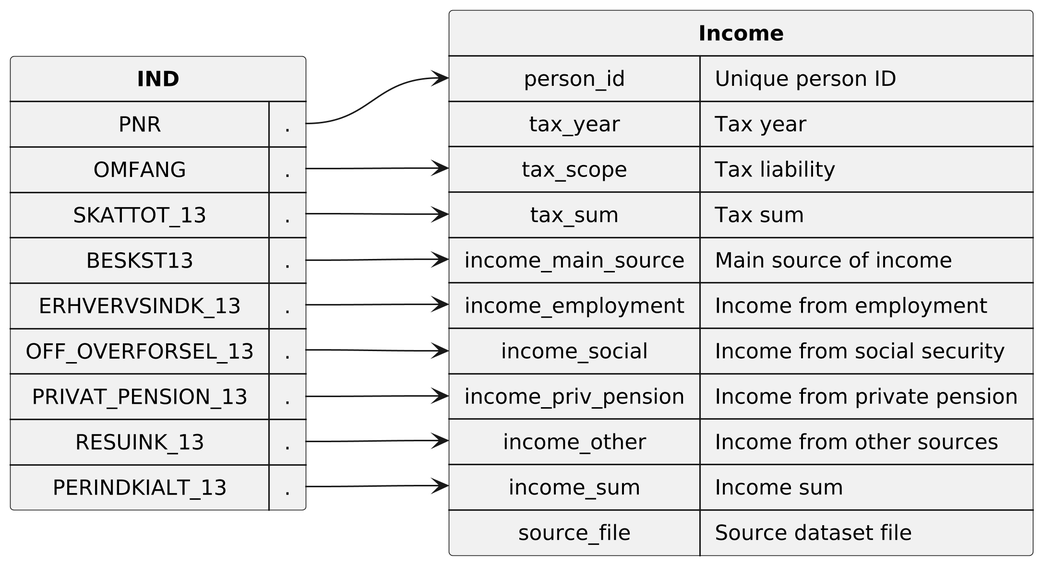
Above: docs/datasets/images/income_column_diagram.png in BioPsyk/dst-data-cleaner (PlantUML), before the change. Its diagram source:
```plantuml
@startuml
skinparam dpi 300
skinparam shadowing false
skinparam monochrome true
skinparam padding 5
skinparam nodesep 80
skinparam ranksep 80
skinparam defaultTextAlignment center

map "<b>IND</b>" as IND {
  PNR => .
  OMFANG => .
  SKATTOT_13 => .
  BESKST13 => .
  ERHVERVSINDK_13 => .
  OFF_OVERFORSEL_13 => .
  PRIVAT_PENSION_13 => .
  RESUINK_13 => .
  PERINDKIALT_13 => .
}

map "<b>Income</b>" as income {
  person_id => Unique person ID
  tax_year => Tax year
  tax_scope => Tax liability
  tax_sum => Tax sum
  income_main_source => Main source of income
  income_employment => Income from employment
  income_social => Income from social security
  income_priv_pension => Income from private pension
  income_other => Income from other sources
  income_sum => Income sum
  source_file => Source dataset file
}

IND::PNR -RIGHT-> income::person_id
IND::OMFANG -RIGHT-> income::tax_scope
IND::SKATTOT_13 -RIGHT-> income::tax_sum
IND::BESKST13 -RIGHT-> income::income_main_source
IND::ERHVERVSINDK_13 -RIGHT-> income::income_employment
IND::OFF_OVERFORSEL_13 -RIGHT-> income::income_social
IND::PRIVAT_PENSION_13 -RIGHT-> income::income_priv_pension
IND::RESUINK_13 -RIGHT-> income::income_other
IND::PERINDKIALT_13 -RIGHT-> income::income_sum
@enduml
```
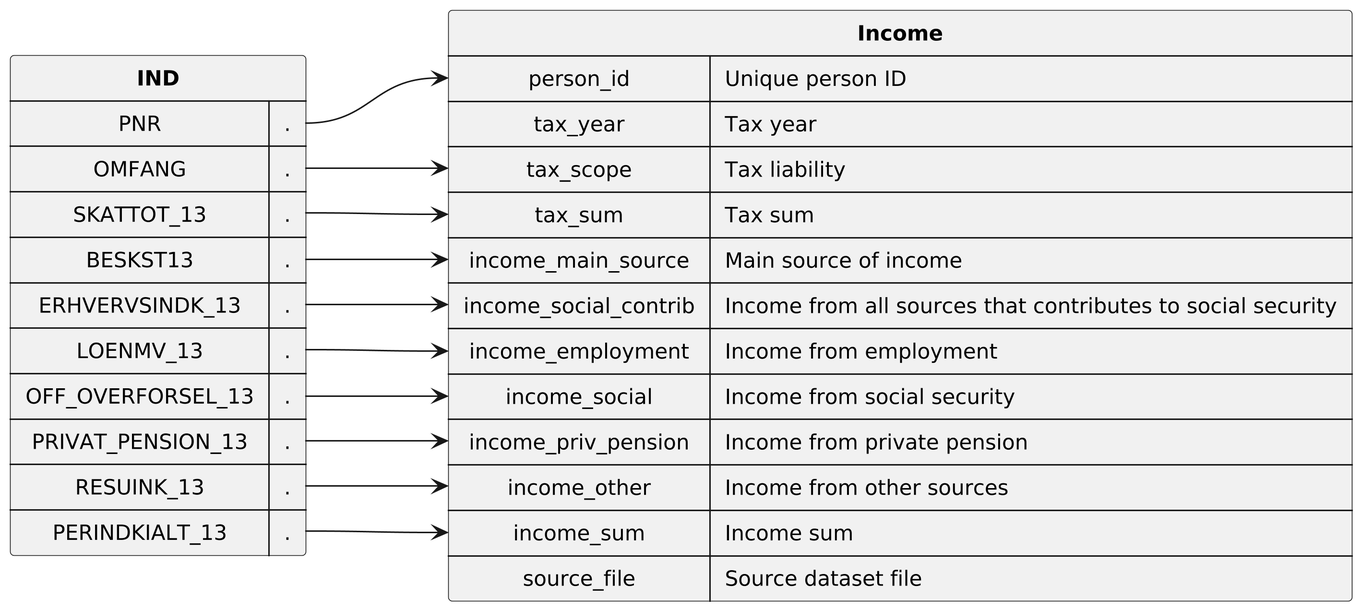
After the change.

Diff of the diagram source:
```diff
@@ -13,6 +13,7 @@
   SKATTOT_13 => .
   BESKST13 => .
   ERHVERVSINDK_13 => .
+  LOENMV_13 => .
   OFF_OVERFORSEL_13 => .
   PRIVAT_PENSION_13 => .
   RESUINK_13 => .
@@ -25,6 +26,7 @@
   tax_scope => Tax liability
   tax_sum => Tax sum
   income_main_source => Main source of income
+  income_social_contrib => Income from all sources that contributes to social security
   income_employment => Income from employment
   income_social => Income from social security
   income_priv_pension => Income from private pension
@@ -37,7 +39,8 @@
 IND::OMFANG -RIGHT-> income::tax_scope
 IND::SKATTOT_13 -RIGHT-> income::tax_sum
 IND::BESKST13 -RIGHT-> income::income_main_source
-IND::ERHVERVSINDK_13 -RIGHT-> income::income_employment
+IND::ERHVERVSINDK_13 -RIGHT-> income::income_social_contrib
+IND::LOENMV_13 -RIGHT-> income::income_employment
 IND::OFF_OVERFORSEL_13 -RIGHT-> income::income_social
 IND::PRIVAT_PENSION_13 -RIGHT-> income::income_priv_pension
 IND::RESUINK_13 -RIGHT-> income::income_other
```
